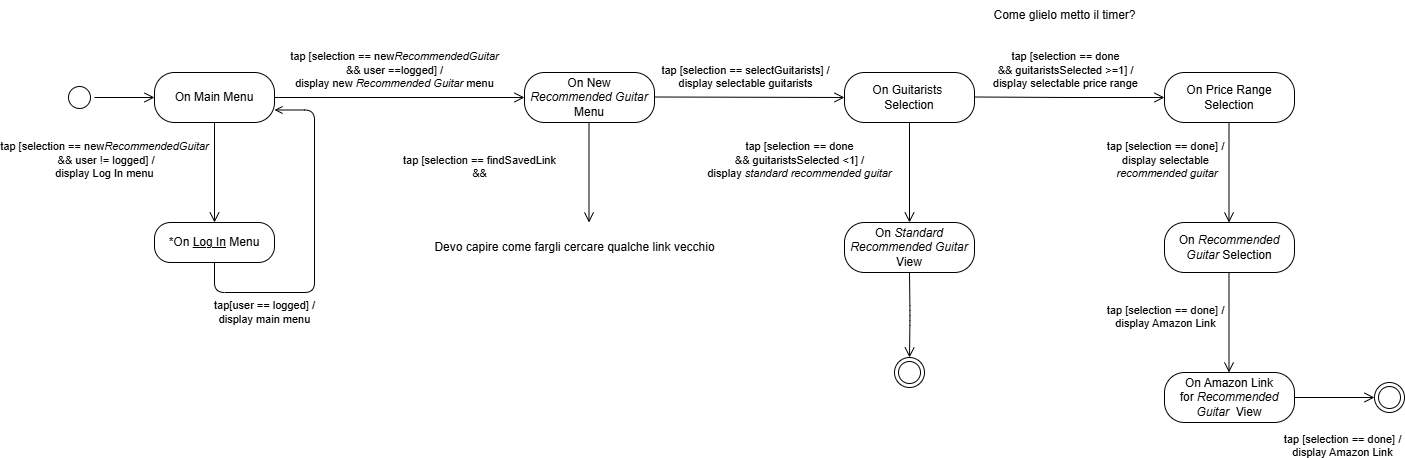
Before: diagrams/StateDiagramM.drawio.png, a diagram exported from draw.io (TizianoLilli/ISPW-Project). Source tidied: cells renumbered, new cells last; positions are measured from the earlier drawing's top-left corner, leaving out a move shared by most shapes.
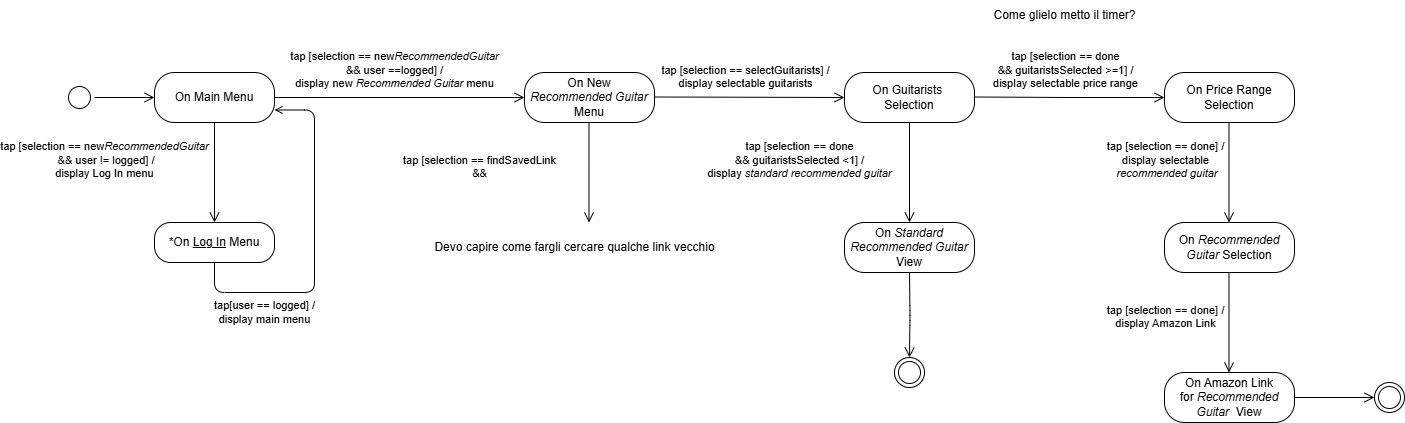
Later version of the same file.

The edit, as a diff of the source:
```diff
@@ -86,7 +86,7 @@
     <mxCell id="21" style="ellipse;html=1;shape=endState;labelBackgroundColor=none;" parent="1" vertex="1">
       <mxGeometry x="1310" y="382" width="30" height="30" as="geometry" />
     </mxCell>
-    <mxCell id="22" value="tap [selection == done] /&lt;div&gt;display Amazon Link&lt;/div&gt;" style="edgeStyle=orthogonalEdgeStyle;html=1;verticalAlign=bottom;endArrow=open;endSize=8;rounded=1;labelBackgroundColor=none;fontColor=default;entryX=0;entryY=0.5;entryDx=0;entryDy=0;curved=0;exitX=1;exitY=0.5;exitDx=0;exitDy=0;" parent="1" edge="1" source="20" target="21">
+    <mxCell id="22" style="edgeStyle=orthogonalEdgeStyle;html=1;verticalAlign=bottom;endArrow=open;endSize=8;rounded=1;labelBackgroundColor=none;fontColor=default;entryX=0;entryY=0.5;entryDx=0;entryDy=0;curved=0;exitX=1;exitY=0.5;exitDx=0;exitDy=0;" parent="1" edge="1" source="20" target="21">
       <mxGeometry x="0.2" y="-64" relative="1" as="geometry" />
     </mxCell>
     <mxCell id="23" style="edgeStyle=orthogonalEdgeStyle;html=1;verticalAlign=bottom;endArrow=open;endSize=8;rounded=1;labelBackgroundColor=none;fontColor=default;entryX=0.5;entryY=0;entryDx=0;entryDy=0;curved=0;" parent="1" edge="1" target="24">
```
